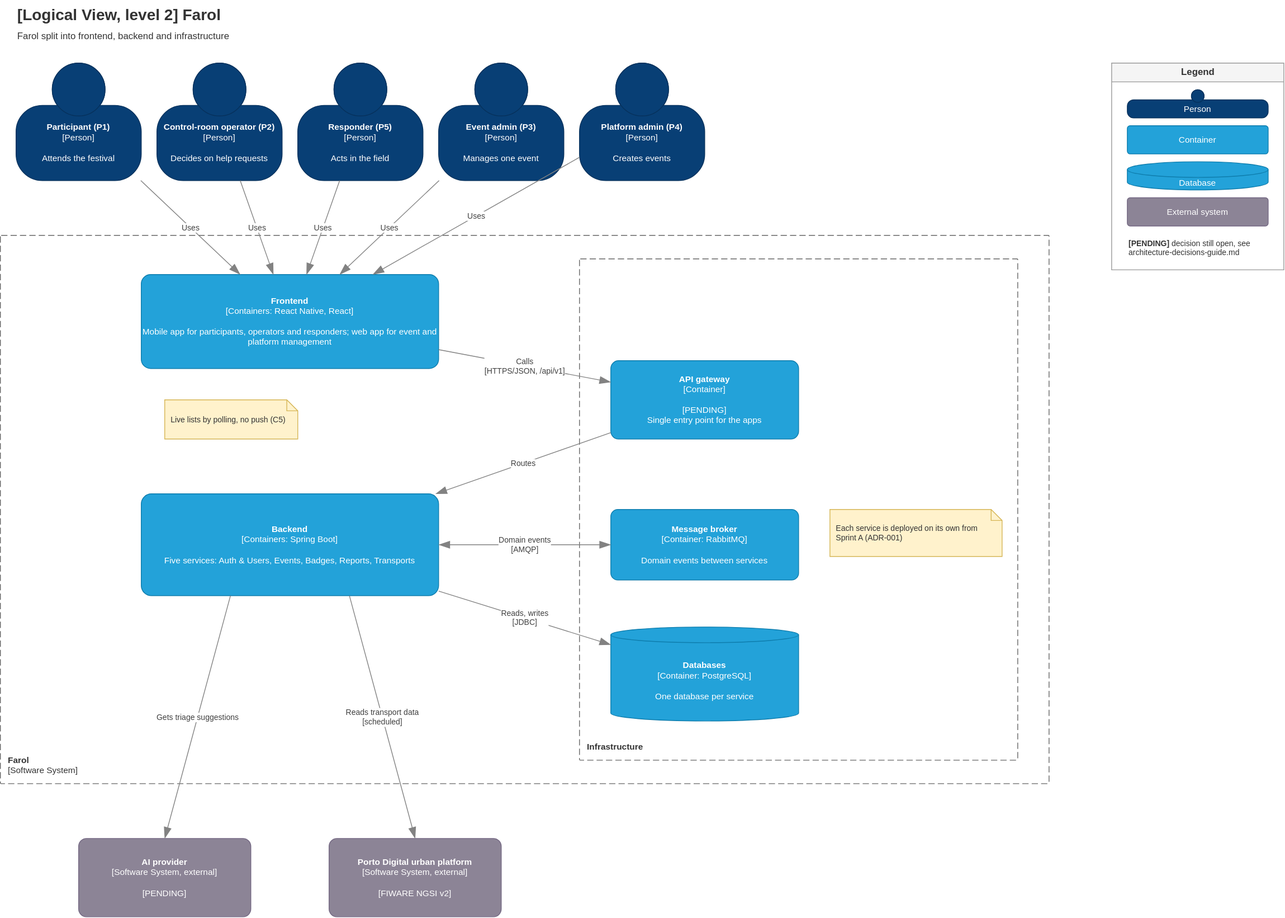
Above: Docs/Technical/diagrams/logical-view-level-2.drawio.svg in tomasoliveira21/LABDSOF (draw.io), before the change. Source tidied: cells renumbered, new cells last; positions are measured from the earlier drawing's top-left corner, leaving out a move shared by most shapes.
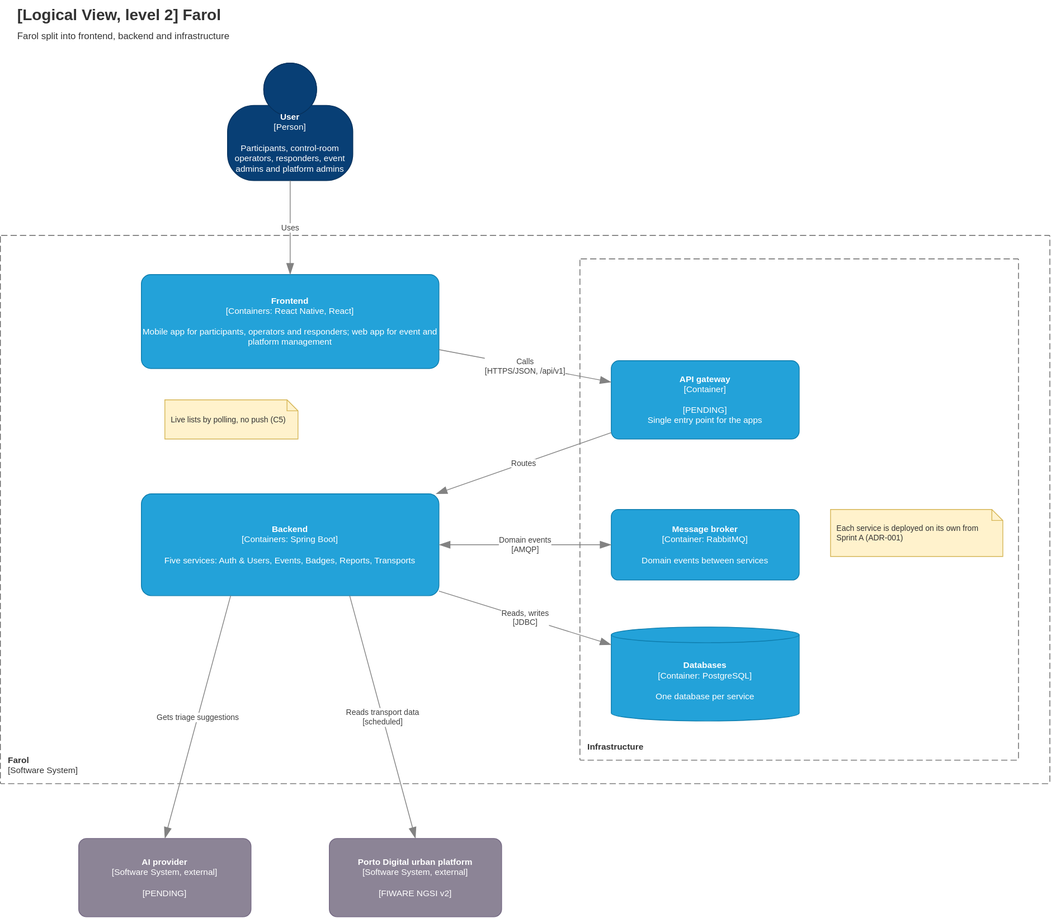
After the commit.

Diff of the diagram source:
```diff
@@ -5,21 +5,9 @@
     <mxCell id="2" value="&lt;b&gt;[Logical View, level 2] Farol&lt;/b&gt;&lt;br&gt;&lt;font style=&quot;font-size:12px&quot;&gt;Farol split into frontend, backend and infrastructure&lt;/font&gt;" style="text;html=1;align=left;verticalAlign=top;fontSize=20;fontColor=#333333;" parent="1" vertex="1">
       <mxGeometry x="20" width="1000" height="60" as="geometry" />
     </mxCell>
-    <mxCell id="3" value="&lt;b&gt;Participant (P1)&lt;/b&gt;&lt;div&gt;[Person]&lt;/div&gt;&lt;br&gt;&lt;div&gt;Attends the festival&lt;/div&gt;" style="html=1;fontSize=11;whiteSpace=wrap;fillColor=#083F75;strokeColor=#06315C;fontColor=#ffffff;shape=mxgraph.c4.person2;align=center;" parent="1" vertex="1">
-      <mxGeometry x="20" y="80" width="160" height="150" as="geometry" />
+    <mxCell id="3" value="&lt;b&gt;User&lt;/b&gt;&lt;div&gt;[Person]&lt;/div&gt;&lt;br&gt;&lt;div&gt;Participants, control-room operators, responders, event admins and platform admins&lt;/div&gt;" style="html=1;fontSize=11;whiteSpace=wrap;fillColor=#083F75;strokeColor=#06315C;fontColor=#ffffff;shape=mxgraph.c4.person2;align=center;" parent="1" vertex="1">
+      <mxGeometry x="290" y="80" width="160" height="150" as="geometry" />
     </mxCell>
-    <mxCell id="4" value="&lt;b&gt;Control-room operator (P2)&lt;/b&gt;&lt;div&gt;[Person]&lt;/div&gt;&lt;br&gt;&lt;div&gt;Decides on help requests&lt;/div&gt;" style="html=1;fontSize=11;whiteSpace=wrap;fillColor=#083F75;strokeColor=#06315C;fontColor=#ffffff;shape=mxgraph.c4.person2;align=center;" parent="1" vertex="1">
-      <mxGeometry x="200" y="80" width="160" height="150" as="geometry" />
-    </mxCell>
-    <mxCell id="5" value="&lt;b&gt;Responder (P5)&lt;/b&gt;&lt;div&gt;[Person]&lt;/div&gt;&lt;br&gt;&lt;div&gt;Acts in the field&lt;/div&gt;" style="html=1;fontSize=11;whiteSpace=wrap;fillColor=#083F75;strokeColor=#06315C;fontColor=#ffffff;shape=mxgraph.c4.person2;align=center;" parent="1" vertex="1">
-      <mxGeometry x="380" y="80" width="160" height="150" as="geometry" />
-    </mxCell>
-    <mxCell id="6" value="&lt;b&gt;Event admin (P3)&lt;/b&gt;&lt;div&gt;[Person]&lt;/div&gt;&lt;br&gt;&lt;div&gt;Manages one event&lt;/div&gt;" style="html=1;fontSize=11;whiteSpace=wrap;fillColor=#083F75;strokeColor=#06315C;fontColor=#ffffff;shape=mxgraph.c4.person2;align=center;" parent="1" vertex="1">
-      <mxGeometry x="560" y="80" width="160" height="150" as="geometry" />
-    </mxCell>
-    <mxCell id="7" value="&lt;b&gt;Platform admin (P4)&lt;/b&gt;&lt;div&gt;[Person]&lt;/div&gt;&lt;br&gt;&lt;div&gt;Creates events&lt;/div&gt;" style="html=1;fontSize=11;whiteSpace=wrap;fillColor=#083F75;strokeColor=#06315C;fontColor=#ffffff;shape=mxgraph.c4.person2;align=center;" parent="1" vertex="1">
-      <mxGeometry x="740" y="80" width="160" height="150" as="geometry" />
-    </mxCell>
     <mxCell id="8" value="&lt;b&gt;Farol&lt;/b&gt;&lt;br&gt;[Software System]" style="rounded=1;arcSize=2;absoluteArcSize=1;whiteSpace=wrap;html=1;dashed=1;dashPattern=8 4;fillColor=none;strokeColor=#666666;fontColor=#333333;align=left;verticalAlign=bottom;spacing=10;fontSize=11;" parent="1" vertex="1">
       <mxGeometry y="300" width="1340" height="700" as="geometry" />
     </mxCell>
@@ -50,18 +38,6 @@
     <mxCell id="17" value="Uses" style="endArrow=blockThin;html=1;fontSize=10;fontColor=#404040;endFill=1;strokeColor=#828282;endSize=12;rounded=0;labelBackgroundColor=#ffffff;" parent="1" edge="1" source="3" target="9">
       <mxGeometry relative="1" as="geometry" />
     </mxCell>
-    <mxCell id="18" value="Uses" style="endArrow=blockThin;html=1;fontSize=10;fontColor=#404040;endFill=1;strokeColor=#828282;endSize=12;rounded=0;labelBackgroundColor=#ffffff;" parent="1" edge="1" source="4" target="9">
-      <mxGeometry relative="1" as="geometry" />
-    </mxCell>
-    <mxCell id="19" value="Uses" style="endArrow=blockThin;html=1;fontSize=10;fontColor=#404040;endFill=1;strokeColor=#828282;endSize=12;rounded=0;labelBackgroundColor=#ffffff;" parent="1" edge="1" source="5" target="9">
-      <mxGeometry relative="1" as="geometry" />
-    </mxCell>
-    <mxCell id="20" value="Uses" style="endArrow=blockThin;html=1;fontSize=10;fontColor=#404040;endFill=1;strokeColor=#828282;endSize=12;rounded=0;labelBackgroundColor=#ffffff;" parent="1" edge="1" source="6" target="9">
-      <mxGeometry relative="1" as="geometry" />
-    </mxCell>
-    <mxCell id="21" value="Uses" style="endArrow=blockThin;html=1;fontSize=10;fontColor=#404040;endFill=1;strokeColor=#828282;endSize=12;rounded=0;labelBackgroundColor=#ffffff;" parent="1" edge="1" source="7" target="9">
-      <mxGeometry relative="1" as="geometry" />
-    </mxCell>
     <mxCell id="22" value="Calls&lt;br&gt;[HTTPS/JSON, /api/v1]" style="endArrow=blockThin;html=1;fontSize=10;fontColor=#404040;endFill=1;strokeColor=#828282;endSize=12;rounded=0;labelBackgroundColor=#ffffff;" parent="1" edge="1" source="9" target="12">
       <mxGeometry relative="1" as="geometry" />
     </mxCell>
@@ -86,23 +62,5 @@
     <mxCell id="29" value="Each service is deployed on its own from Sprint A (ADR-001)" style="shape=note;size=14;whiteSpace=wrap;html=1;fillColor=#fff2cc;strokeColor=#d6b656;fontColor=#333333;align=left;spacing=8;fontSize=10;" parent="1" vertex="1">
       <mxGeometry x="1060" y="650" width="220" height="60" as="geometry" />
     </mxCell>
-    <mxCell id="30" value="&lt;b&gt;Legend&lt;/b&gt;" style="swimlane;startSize=24;html=1;fontSize=12;fillColor=#f5f5f5;strokeColor=#999999;fontColor=#333333;" parent="1" vertex="1">
-      <mxGeometry x="1420" y="80" width="220" height="264" as="geometry" />
-    </mxCell>
-    <mxCell id="31" value="Person" style="html=1;fontSize=11;whiteSpace=wrap;fillColor=#083F75;strokeColor=#06315C;fontColor=#ffffff;shape=mxgraph.c4.person2;align=center;verticalAlign=middle;spacingTop=0;spacing=2;" parent="30" vertex="1">
-      <mxGeometry x="20" y="34" width="180" height="36" as="geometry" />
-    </mxCell>
-    <mxCell id="32" value="Container" style="rounded=1;whiteSpace=wrap;html=1;fillColor=#23A2D9;fontColor=#ffffff;arcSize=10;strokeColor=#0E7DAD;fontSize=11;verticalAlign=middle;spacingTop=0;spacing=2;" parent="30" vertex="1">
-      <mxGeometry x="20" y="80" width="180" height="36" as="geometry" />
-    </mxCell>
-    <mxCell id="33" value="Database" style="shape=cylinder3;size=10;boundedLbl=1;whiteSpace=wrap;html=1;fillColor=#23A2D9;fontColor=#ffffff;strokeColor=#0E7DAD;fontSize=11;verticalAlign=middle;spacingTop=0;spacing=2;" parent="30" vertex="1">
-      <mxGeometry x="20" y="126" width="180" height="36" as="geometry" />
-    </mxCell>
-    <mxCell id="34" value="External system" style="rounded=1;whiteSpace=wrap;html=1;fillColor=#8C8496;fontColor=#ffffff;arcSize=10;strokeColor=#736782;fontSize=11;verticalAlign=middle;spacingTop=0;spacing=2;" parent="30" vertex="1">
-      <mxGeometry x="20" y="172" width="180" height="36" as="geometry" />
-    </mxCell>
-    <mxCell id="35" value="&lt;b&gt;[PENDING]&lt;/b&gt; decision still open, see architecture-decisions-guide.md" style="text;html=1;whiteSpace=wrap;align=left;verticalAlign=top;fontColor=#333333;fontSize=10;verticalAlign=middle;spacingTop=0;spacing=2;" parent="30" vertex="1">
-      <mxGeometry x="20" y="218" width="180" height="36" as="geometry" />
-    </mxCell>
   </root>
 </mxGraphModel>
```
